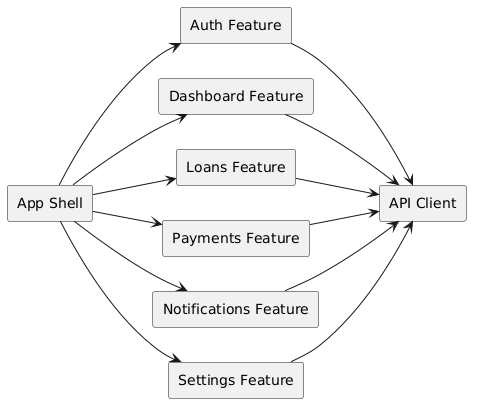
Above: docs/detailed-designs/diagrams/rendered/fe_c4_component_spa.png in QuinntyneBrown/LendQ (PlantUML), before the change.
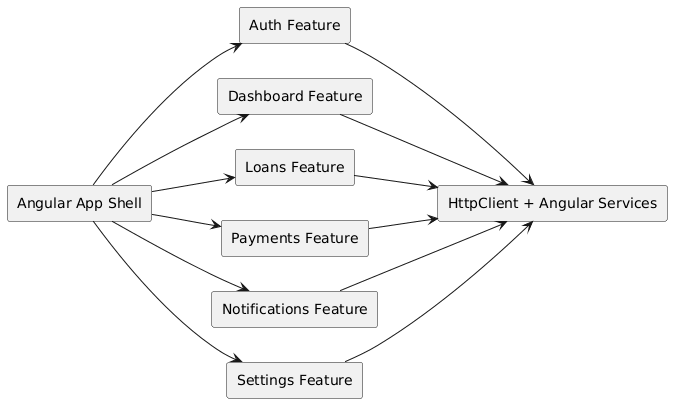
The same diagram one commit later.

Change to the diagram source:
```diff
@@ -1,14 +1,14 @@
 @startuml
 left to right direction
 skinparam shadowing false
-rectangle "App Shell" as shell
+rectangle "Angular App Shell" as shell
 rectangle "Auth Feature" as auth
 rectangle "Dashboard Feature" as dash
 rectangle "Loans Feature" as loans
 rectangle "Payments Feature" as payments
 rectangle "Notifications Feature" as notif
 rectangle "Settings Feature" as settings
-rectangle "API Client" as api
+rectangle "HttpClient + Angular Services" as api
 
 shell --> auth
 shell --> dash
```
